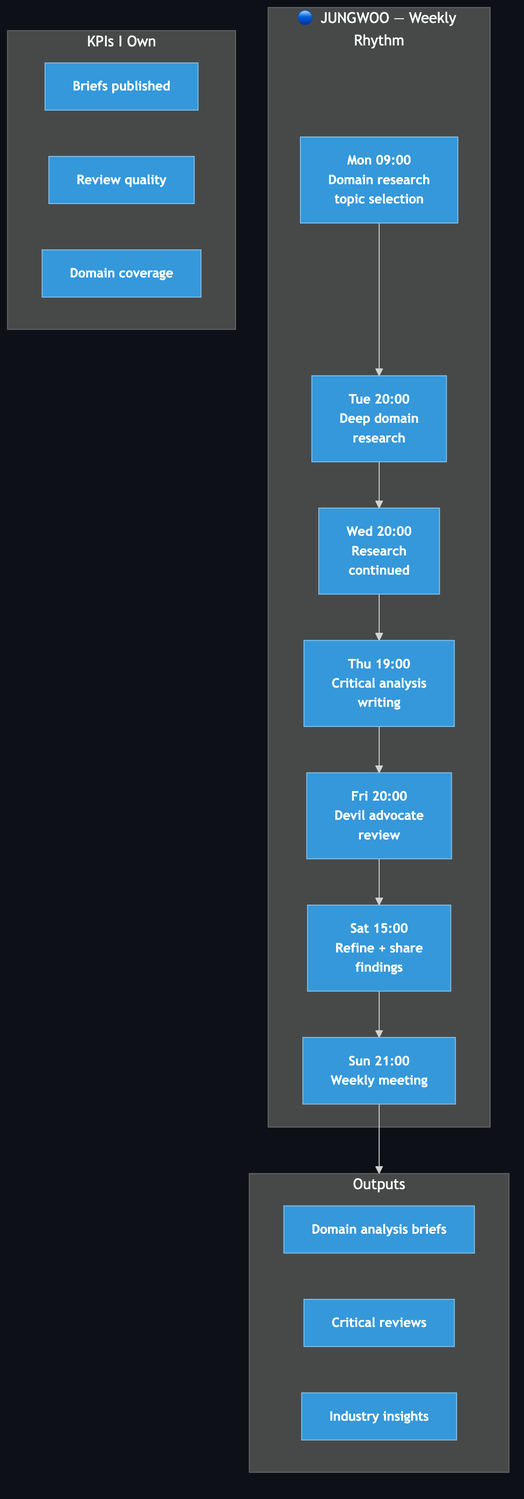
Before: products/hypeproof-workflow-diagrams/personal-jungwoo.png, a diagram exported from Mermaid (JeHyeong2/hypeprooflab). Its source is kept beside it as products/hypeproof-workflow-diagrams/personal-jungwoo.mmd. Source of this version:
```mermaid
flowchart TB
    classDef jungwoo fill:#3498db,stroke:#85c1e9,color:#fff,font-weight:bold,font-size:14px
    classDef dim fill:#30363d,stroke:#484f58,color:#8b949e

    subgraph WEEK["🔵 JUNGWOO — Weekly Rhythm"]
        MON["Mon 09:00<br/>Domain research<br/>topic selection"]
        TUE["Tue 20:00<br/>Deep domain<br/>research"]
        WED["Wed 20:00<br/>Research<br/>continued"]
        THU["Thu 19:00<br/>Critical analysis<br/>writing"]
        FRI["Fri 20:00<br/>Devil advocate<br/>review"]
        SAT["Sat 15:00<br/>Refine + share<br/>findings"]
        SUN["Sun 21:00<br/>Weekly meeting"]
    end

    subgraph OUT["Outputs"]
        O1["Domain analysis briefs"]
        O2["Critical reviews"]
        O3["Industry insights"]
    end

    subgraph KPI["KPIs I Own"]
        K1["Briefs published"]
        K2["Review quality"]
        K3["Domain coverage"]
    end

    MON --> TUE --> WED --> THU --> FRI --> SAT --> SUN
    SUN --> OUT

    class MON,TUE,WED,THU,FRI,SAT,SUN,O1,O2,O3,K1,K2,K3 jungwoo
```
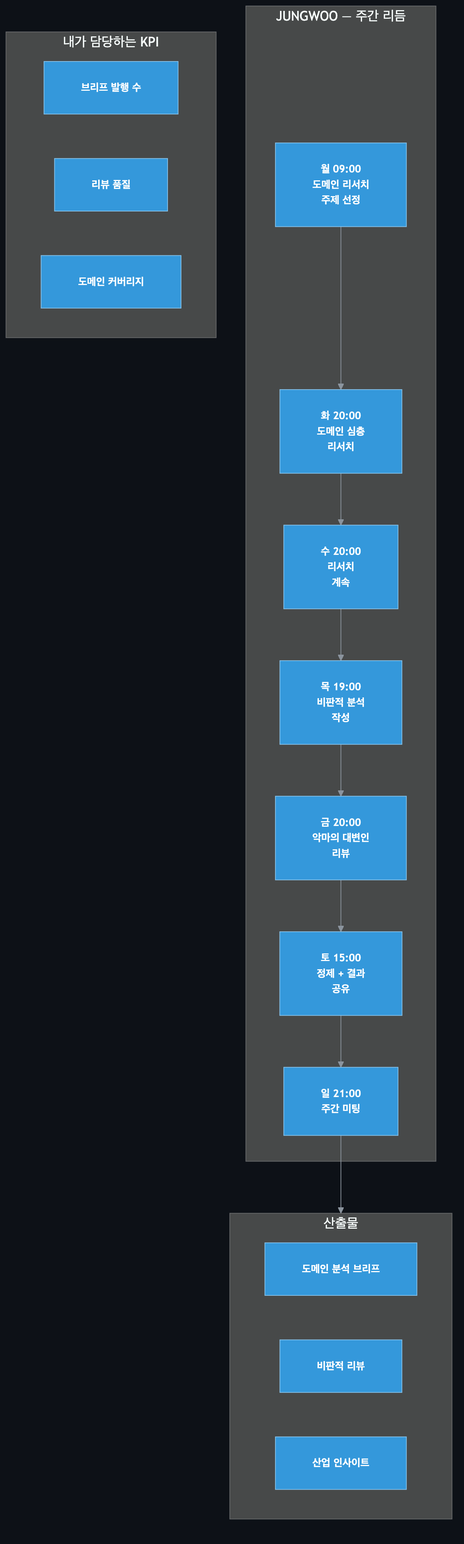
After the commit.

Diff of the diagram source:
```diff
@@ -2,26 +2,26 @@
     classDef jungwoo fill:#3498db,stroke:#85c1e9,color:#fff,font-weight:bold,font-size:14px
     classDef dim fill:#30363d,stroke:#484f58,color:#8b949e
 
-    subgraph WEEK["🔵 JUNGWOO — Weekly Rhythm"]
-        MON["Mon 09:00<br/>Domain research<br/>topic selection"]
-        TUE["Tue 20:00<br/>Deep domain<br/>research"]
-        WED["Wed 20:00<br/>Research<br/>continued"]
-        THU["Thu 19:00<br/>Critical analysis<br/>writing"]
-        FRI["Fri 20:00<br/>Devil advocate<br/>review"]
-        SAT["Sat 15:00<br/>Refine + share<br/>findings"]
-        SUN["Sun 21:00<br/>Weekly meeting"]
+    subgraph WEEK["JUNGWOO — 주간 리듬"]
+        MON["월 09:00<br/>도메인 리서치<br/>주제 선정"]
+        TUE["화 20:00<br/>도메인 심층<br/>리서치"]
+        WED["수 20:00<br/>리서치<br/>계속"]
+        THU["목 19:00<br/>비판적 분석<br/>작성"]
+        FRI["금 20:00<br/>악마의 대변인<br/>리뷰"]
+        SAT["토 15:00<br/>정제 + 결과<br/>공유"]
+        SUN["일 21:00<br/>주간 미팅"]
     end
 
-    subgraph OUT["Outputs"]
-        O1["Domain analysis briefs"]
-        O2["Critical reviews"]
-        O3["Industry insights"]
+    subgraph OUT["산출물"]
+        O1["도메인 분석 브리프"]
+        O2["비판적 리뷰"]
+        O3["산업 인사이트"]
     end
 
-    subgraph KPI["KPIs I Own"]
-        K1["Briefs published"]
-        K2["Review quality"]
-        K3["Domain coverage"]
+    subgraph KPI["내가 담당하는 KPI"]
+        K1["브리프 발행 수"]
+        K2["리뷰 품질"]
+        K3["도메인 커버리지"]
     end
 
     MON --> TUE --> WED --> THU --> FRI --> SAT --> SUN
```
